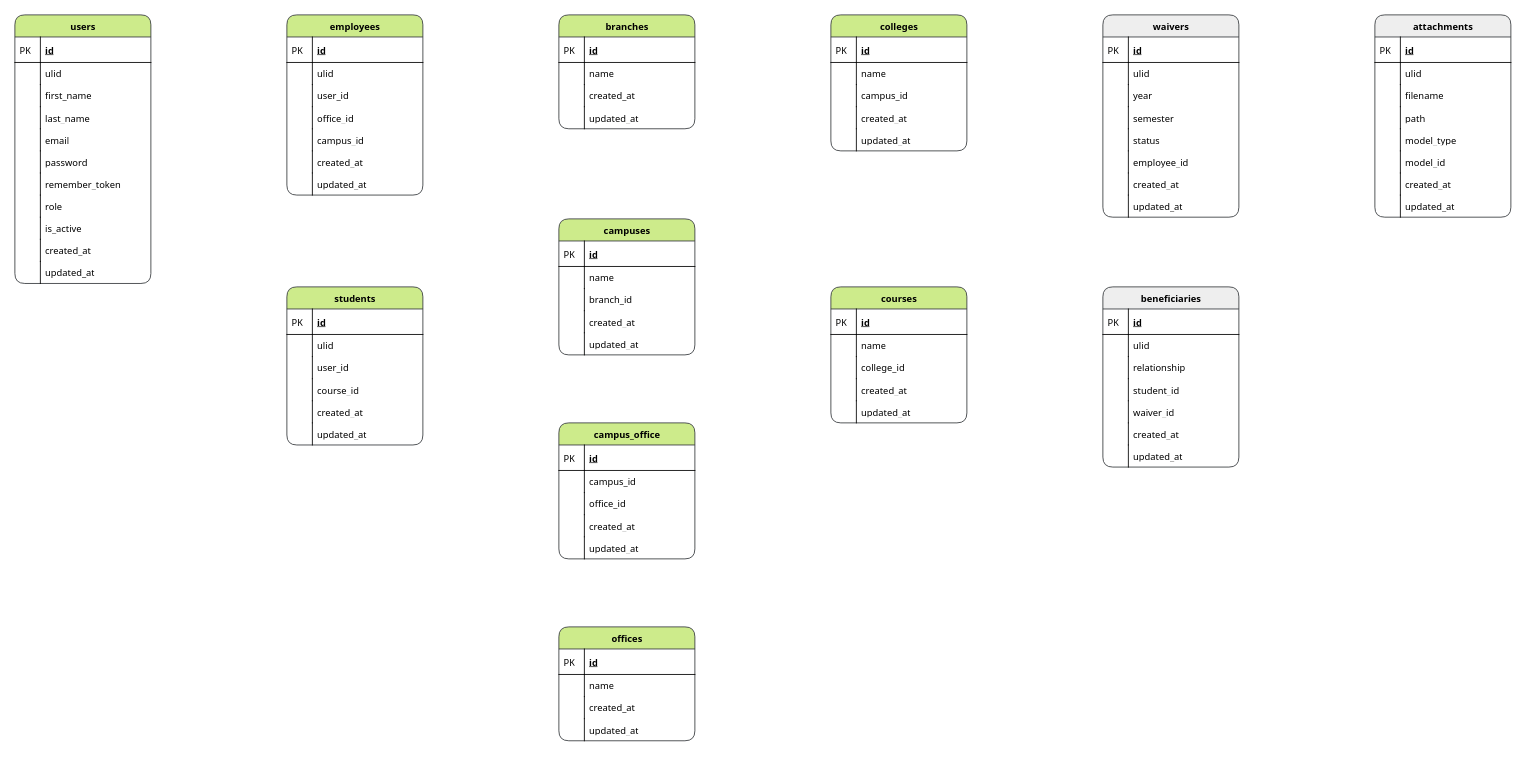
Before: database/schema.drawio in ericamigo/um-vilt, a draw.io diagram. Source tidied: cells renumbered, new cells numbered last; positions are measured from the earlier drawing's top-left corner, leaving out a move shared by most shapes. Both pictures are drawn from the tidied source at 85%, with x=0, y=0 at pixel (14, 14).
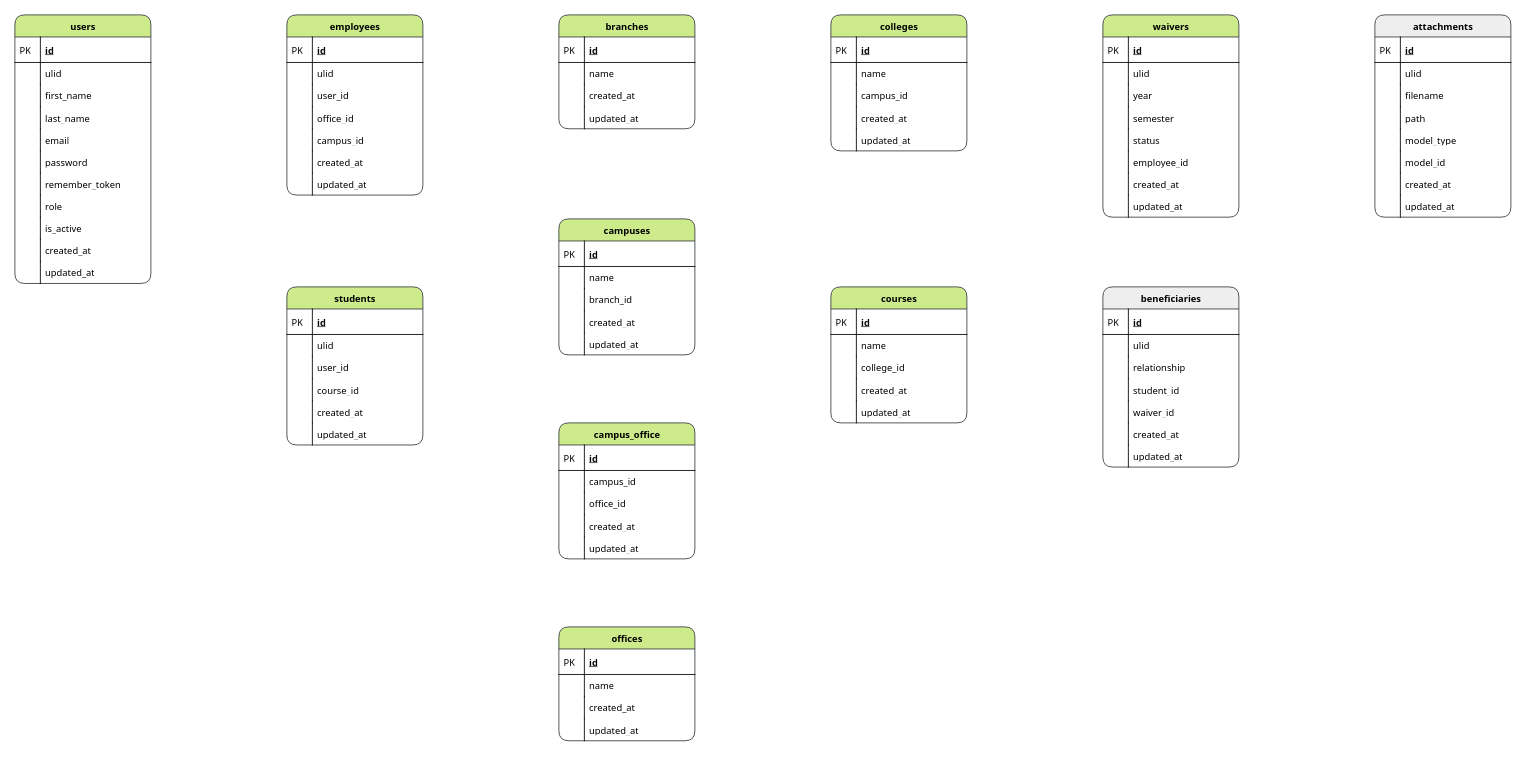
Above is the later version.

What changed in the source:
```diff
@@
-    <mxCell id="115" value="waivers" style="swimlane;html=1;fontStyle=1;horizontal=1;startSize=26;fillColor=#eeeeee;swimlaneFillColor=#ffffff;align=center;rounded=1;shadow=0;comic=0;labelBackgroundColor=none;strokeWidth=1;fontFamily=Tahoma;fontSize=11;strokeColor=#36393d;" parent="1" vertex="1">
+    <mxCell id="115" value="waivers" style="swimlane;html=1;fontStyle=1;horizontal=1;startSize=26;fillColor=#cdeb8b;swimlaneFillColor=#ffffff;align=center;rounded=1;shadow=0;comic=0;labelBackgroundColor=none;strokeWidth=1;fontFamily=Tahoma;fontSize=11;strokeColor=#36393d;" parent="1" vertex="1">
       <mxGeometry x="1280" width="160" height="238" as="geometry" />
     </mxCell>
```
